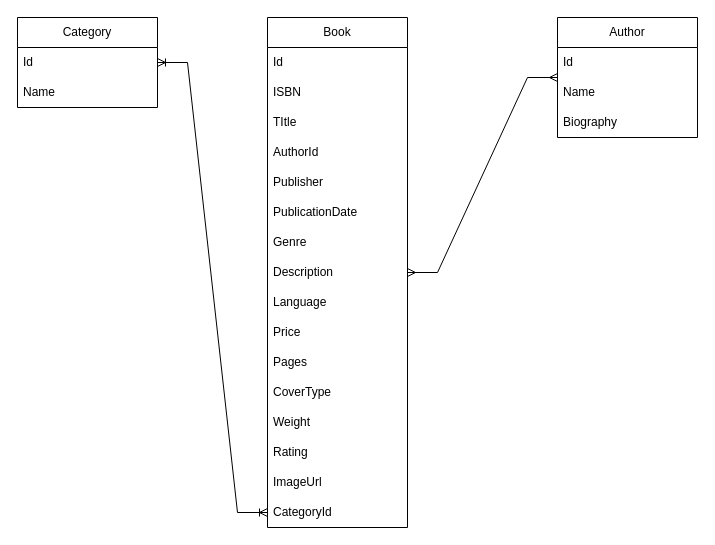
Above: page "Реляционная модель" (2 of 3) of BookFlowSchemadrawio.drawio in BahodurTursunov/BookFlow (draw.io), before the change. Source tidied: cells renumbered, new cells numbered last; positions are measured from the earlier drawing's top-left corner, leaving out a move shared by most shapes. Both pictures are drawn from the tidied source at 100%, with x=0, y=0 at pixel (17, 17).
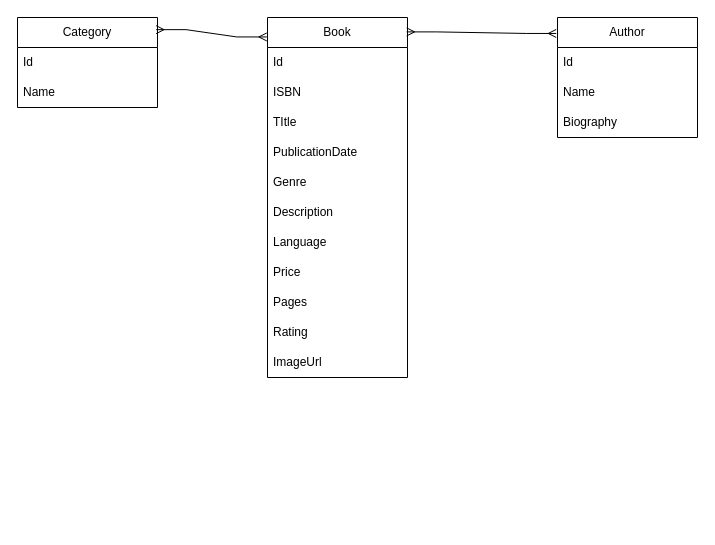
The same diagram, later.

The change refers to these unchanged cells:
```xml
<mxCell id="19" value="Author" style="swimlane;fontStyle=0;horizontal=1;startSize=30;whiteSpace=wrap;html=1;" parent="1" vertex="1">
  <mxGeometry x="540" width="140" height="120" as="geometry" />
</mxCell>
<mxCell id="24" value="Category" style="swimlane;fontStyle=0;horizontal=1;startSize=30;whiteSpace=wrap;html=1;" parent="1" vertex="1">
  <mxGeometry width="140" height="90" as="geometry" />
</mxCell>
<mxCell id="25" value="Id" style="text;strokeColor=none;fillColor=none;align=left;verticalAlign=middle;spacingLeft=4;spacingRight=4;overflow=hidden;points=[[0,0.5],[1,0.5]];portConstraint=eastwest;whiteSpace=wrap;html=1;" parent="24" vertex="1">
  <mxGeometry y="30" width="140" height="30" as="geometry" />
</mxCell>
```

The edit, as a diff of the source:
```diff
@@
     <mxCell id="2" value="Book" style="swimlane;fontStyle=0;horizontal=1;startSize=30;whiteSpace=wrap;html=1;" parent="1" vertex="1">
-      <mxGeometry x="250" width="140" height="510" as="geometry" />
+      <mxGeometry x="250" width="140" height="360" as="geometry" />
     </mxCell>
@@
-    <mxCell id="6" value="AuthorId" style="text;strokeColor=none;fillColor=none;align=left;verticalAlign=middle;spacingLeft=4;spacingRight=4;overflow=hidden;whiteSpace=wrap;html=1;" parent="2" vertex="1">
-      <mxGeometry y="120" width="140" height="30" as="geometry" />
-    </mxCell>
-    <mxCell id="7" value="Publisher" style="text;strokeColor=none;fillColor=none;align=left;verticalAlign=middle;spacingLeft=4;spacingRight=4;overflow=hidden;whiteSpace=wrap;html=1;" parent="2" vertex="1">
-      <mxGeometry y="150" width="140" height="30" as="geometry" />
-    </mxCell>
     <mxCell id="8" value="PublicationDate&lt;span style=&quot;white-space: pre;&quot;&gt;&#9;&lt;/span&gt;" style="text;strokeColor=none;fillColor=none;align=left;verticalAlign=middle;spacingLeft=4;spacingRight=4;overflow=hidden;whiteSpace=wrap;html=1;" parent="2" vertex="1">
-      <mxGeometry y="180" width="140" height="30" as="geometry" />
+      <mxGeometry y="120" width="140" height="30" as="geometry" />
     </mxCell>
     <mxCell id="9" value="Genre" style="text;strokeColor=none;fillColor=none;align=left;verticalAlign=middle;spacingLeft=4;spacingRight=4;overflow=hidden;whiteSpace=wrap;html=1;" parent="2" vertex="1">
-      <mxGeometry y="210" width="140" height="30" as="geometry" />
+      <mxGeometry y="150" width="140" height="30" as="geometry" />
     </mxCell>
     <mxCell id="10" value="Description" style="text;strokeColor=none;fillColor=none;align=left;verticalAlign=middle;spacingLeft=4;spacingRight=4;overflow=hidden;whiteSpace=wrap;html=1;" parent="2" vertex="1">
-      <mxGeometry y="240" width="140" height="30" as="geometry" />
+      <mxGeometry y="180" width="140" height="30" as="geometry" />
     </mxCell>
     <mxCell id="11" value="Language" style="text;strokeColor=none;fillColor=none;align=left;verticalAlign=middle;spacingLeft=4;spacingRight=4;overflow=hidden;whiteSpace=wrap;html=1;" parent="2" vertex="1">
-      <mxGeometry y="270" width="140" height="30" as="geometry" />
+      <mxGeometry y="210" width="140" height="30" as="geometry" />
     </mxCell>
     <mxCell id="12" value="Price" style="text;strokeColor=none;fillColor=none;align=left;verticalAlign=middle;spacingLeft=4;spacingRight=4;overflow=hidden;whiteSpace=wrap;html=1;" parent="2" vertex="1">
-      <mxGeometry y="300" width="140" height="30" as="geometry" />
+      <mxGeometry y="240" width="140" height="30" as="geometry" />
     </mxCell>
     <mxCell id="13" value="Pages" style="text;strokeColor=none;fillColor=none;align=left;verticalAlign=middle;spacingLeft=4;spacingRight=4;overflow=hidden;whiteSpace=wrap;html=1;" parent="2" vertex="1">
-      <mxGeometry y="330" width="140" height="30" as="geometry" />
+      <mxGeometry y="270" width="140" height="30" as="geometry" />
     </mxCell>
-    <mxCell id="14" value="CoverType" style="text;strokeColor=none;fillColor=none;align=left;verticalAlign=middle;spacingLeft=4;spacingRight=4;overflow=hidden;whiteSpace=wrap;html=1;" parent="2" vertex="1">
-      <mxGeometry y="360" width="140" height="30" as="geometry" />
-    </mxCell>
-    <mxCell id="15" value="Weight" style="text;strokeColor=none;fillColor=none;align=left;verticalAlign=middle;spacingLeft=4;spacingRight=4;overflow=hidden;whiteSpace=wrap;html=1;" parent="2" vertex="1">
-      <mxGeometry y="390" width="140" height="30" as="geometry" />
-    </mxCell>
     <mxCell id="16" value="Rating" style="text;strokeColor=none;fillColor=none;align=left;verticalAlign=middle;spacingLeft=4;spacingRight=4;overflow=hidden;whiteSpace=wrap;html=1;" parent="2" vertex="1">
-      <mxGeometry y="420" width="140" height="30" as="geometry" />
+      <mxGeometry y="300" width="140" height="30" as="geometry" />
     </mxCell>
     <mxCell id="17" value="ImageUrl" style="text;strokeColor=none;fillColor=none;align=left;verticalAlign=middle;spacingLeft=4;spacingRight=4;overflow=hidden;whiteSpace=wrap;html=1;" parent="2" vertex="1">
-      <mxGeometry y="450" width="140" height="30" as="geometry" />
+      <mxGeometry y="330" width="140" height="30" as="geometry" />
     </mxCell>
-    <mxCell id="18" value="CategoryId" style="text;strokeColor=none;fillColor=none;align=left;verticalAlign=middle;spacingLeft=4;spacingRight=4;overflow=hidden;points=[[0,0.5],[1,0.5]];portConstraint=eastwest;whiteSpace=wrap;html=1;" parent="2" vertex="1">
-      <mxGeometry y="480" width="140" height="30" as="geometry" />
-    </mxCell>
@@
-    <mxCell id="23" style="edgeStyle=entityRelationEdgeStyle;fontSize=12;html=1;endArrow=ERmany;startArrow=ERmany;rounded=0;" parent="1" edge="1" source="2" target="19">
+    <mxCell id="23" style="edgeStyle=entityRelationEdgeStyle;fontSize=12;html=1;endArrow=ERmany;startArrow=ERmany;rounded=0;entryX=-0.009;entryY=0.133;entryDx=0;entryDy=0;entryPerimeter=0;exitX=0.994;exitY=0.04;exitDx=0;exitDy=0;exitPerimeter=0;" parent="1" edge="1" source="2" target="19">
       <mxGeometry relative="1" as="geometry" />
     </mxCell>
@@
-    <mxCell id="27" style="edgeStyle=entityRelationEdgeStyle;fontSize=12;html=1;endArrow=ERoneToMany;startArrow=ERoneToMany;rounded=0;exitX=1;exitY=0.5;exitDx=0;exitDy=0;entryX=0;entryY=0.5;entryDx=0;entryDy=0;" parent="1" edge="1" source="25" target="18">
-      <mxGeometry relative="1" as="geometry" />
-    </mxCell>
+    <mxCell id="28" style="edgeStyle=entityRelationEdgeStyle;fontSize=12;html=1;endArrow=ERmany;startArrow=ERmany;rounded=0;entryX=-0.005;entryY=0.054;entryDx=0;entryDy=0;entryPerimeter=0;exitX=0.99;exitY=0.135;exitDx=0;exitDy=0;exitPerimeter=0;" parent="1" edge="1" source="24" target="2">
+      <mxGeometry relative="1" as="geometry" />
+    </mxCell>
```
